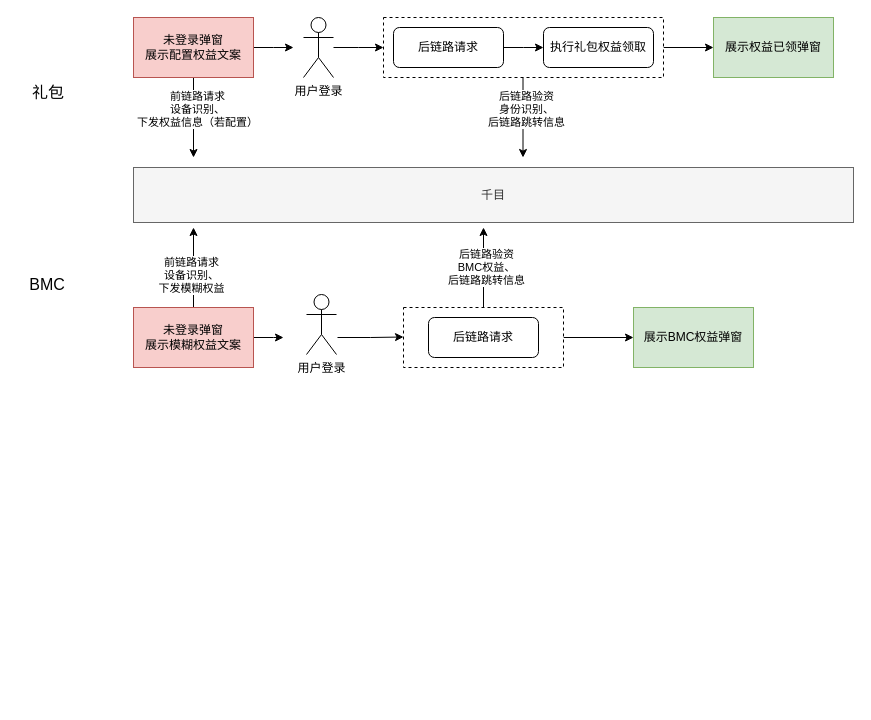
Earlier version of the draw.io diagram 诺曼底接入BMC权益.drawio (BlankKelly/diagrams). Source tidied: cells renumbered, new cells numbered last; positions are measured from the earlier drawing's top-left corner, leaving out a move shared by most shapes. Both pictures are drawn from the tidied source at 100%, with x=0, y=0 at pixel (17, 17).
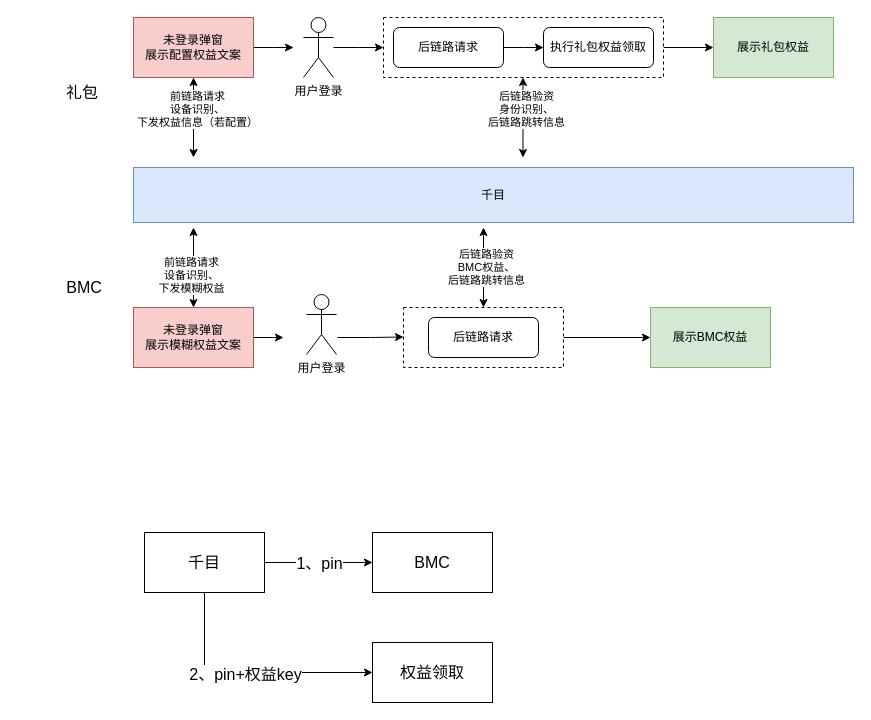
Above is the later version.

Commit message:
更新诺曼底接入BMC权益.drawio

Unchanged cells that the change refers to:
```xml
<mxCell id="7" value="未登录弹窗&lt;br&gt;展示配置权益文案" style="rounded=0;whiteSpace=wrap;html=1;fillColor=#f8cecc;strokeColor=#b85450;" parent="1" vertex="1">
  <mxGeometry x="116" width="120" height="60" as="geometry" />
</mxCell>
<mxCell id="20" value="未登录弹窗&lt;br&gt;展示模糊权益文案" style="rounded=0;whiteSpace=wrap;html=1;fillColor=#f8cecc;strokeColor=#b85450;" parent="1" vertex="1">
  <mxGeometry x="116" y="290" width="120" height="60" as="geometry" />
</mxCell>
<mxCell id="27" style="rounded=0;whiteSpace=wrap;html=1;dashed=1;" parent="1" vertex="1">
  <mxGeometry x="386" y="290" width="160" height="60" as="geometry" />
</mxCell>
```

What changed in the source:
```diff
@@
-    <mxCell id="4" style="edgeStyle=orthogonalEdgeStyle;rounded=0;jettySize=auto;html=1;" parent="1" edge="1" source="7">
+    <mxCell id="4" style="edgeStyle=orthogonalEdgeStyle;rounded=0;jettySize=auto;html=1;startArrow=classic;startFill=1;" parent="1" edge="1" source="7">
       <mxGeometry relative="1" as="geometry">
         <mxPoint x="176" y="140" as="targetPoint" />
       </mxGeometry>
     </mxCell>
@@
-    <mxCell id="8" value="千目" style="rounded=0;whiteSpace=wrap;html=1;fillColor=#f5f5f5;fontColor=#333333;strokeColor=#666666;" parent="1" vertex="1">
+    <mxCell id="8" value="千目" style="rounded=0;whiteSpace=wrap;html=1;fillColor=#dae8fc;strokeColor=#6c8ebf;" parent="1" vertex="1">
       <mxGeometry x="116" y="150" width="720" height="55" as="geometry" />
     </mxCell>
@@
-    <mxCell id="12" value="展示权益已领弹窗" style="rounded=0;whiteSpace=wrap;html=1;fillColor=#d5e8d4;strokeColor=#82b366;" parent="1" vertex="1">
+    <mxCell id="12" value="展示礼包权益" style="rounded=0;whiteSpace=wrap;html=1;fillColor=#d5e8d4;strokeColor=#82b366;" parent="1" vertex="1">
       <mxGeometry x="696" width="120" height="60" as="geometry" />
     </mxCell>
@@
-    <mxCell id="15" style="edgeStyle=orthogonalEdgeStyle;rounded=0;orthogonalLoop=1;jettySize=auto;html=1;" parent="1" edge="1">
+    <mxCell id="15" style="edgeStyle=orthogonalEdgeStyle;rounded=0;orthogonalLoop=1;jettySize=auto;html=1;startArrow=classic;startFill=1;" parent="1" edge="1">
       <mxGeometry relative="1" as="geometry">
         <mxPoint x="505.5" y="60" as="sourcePoint" />
         <mxPoint x="505.5" y="140" as="targetPoint" />
       </mxGeometry>
     </mxCell>
@@
-    <mxCell id="17" style="edgeStyle=orthogonalEdgeStyle;rounded=0;jettySize=auto;html=1;" parent="1" edge="1" source="20">
+    <mxCell id="17" style="edgeStyle=orthogonalEdgeStyle;rounded=0;jettySize=auto;html=1;startArrow=classic;startFill=1;" parent="1" edge="1" source="20">
       <mxGeometry relative="1" as="geometry">
         <mxPoint x="176" y="210" as="targetPoint" />
       </mxGeometry>
     </mxCell>
@@
-    <mxCell id="23" value="展示BMC权益弹窗" style="rounded=0;whiteSpace=wrap;html=1;fillColor=#d5e8d4;strokeColor=#82b366;" parent="1" vertex="1">
-      <mxGeometry x="616" y="290" width="120" height="60" as="geometry" />
+    <mxCell id="23" value="展示BMC权益" style="rounded=0;whiteSpace=wrap;html=1;fillColor=#d5e8d4;strokeColor=#82b366;" parent="1" vertex="1">
+      <mxGeometry x="633" y="290" width="120" height="60" as="geometry" />
     </mxCell>
-    <mxCell id="24" style="edgeStyle=orthogonalEdgeStyle;rounded=0;jettySize=auto;html=1;exitX=0.5;exitY=0;exitDx=0;exitDy=0;" parent="1" edge="1" source="27">
+    <mxCell id="24" style="edgeStyle=orthogonalEdgeStyle;rounded=0;jettySize=auto;html=1;exitX=0.5;exitY=0;exitDx=0;exitDy=0;startArrow=classic;startFill=1;" parent="1" edge="1" source="27">
       <mxGeometry relative="1" as="geometry">
         <mxPoint x="466" y="210" as="targetPoint" />
       </mxGeometry>
     </mxCell>
@@
     <mxCell id="29" value="礼包" style="text;html=1;strokeColor=none;fillColor=none;align=center;verticalAlign=middle;whiteSpace=wrap;rounded=0;fontSize=16;" parent="1" vertex="1">
-      <mxGeometry x="1" y="60" width="60" height="30" as="geometry" />
+      <mxGeometry x="35" y="60" width="60" height="30" as="geometry" />
     </mxCell>
     <mxCell id="30" value="BMC" style="text;html=1;strokeColor=none;fillColor=none;align=center;verticalAlign=middle;whiteSpace=wrap;rounded=0;fontSize=16;" parent="1" vertex="1">
-      <mxGeometry y="252" width="60" height="30" as="geometry" />
+      <mxGeometry x="37" y="255" width="60" height="30" as="geometry" />
     </mxCell>
+    <mxCell id="31" style="edgeStyle=orthogonalEdgeStyle;rounded=0;jettySize=auto;html=1;fontSize=16;startArrow=none;startFill=0;" parent="1" edge="1" source="35" target="36">
+      <mxGeometry relative="1" as="geometry" />
+    </mxCell>
+    <mxCell id="32" value="1、pin" style="edgeLabel;html=1;align=center;verticalAlign=middle;fontSize=16;" parent="31" vertex="1">
+      <mxGeometry x="0.15" y="-4" relative="1" as="geometry">
+        <mxPoint x="-8" y="-4" as="offset" />
+      </mxGeometry>
+    </mxCell>
+    <mxCell id="33" style="edgeStyle=orthogonalEdgeStyle;rounded=0;jettySize=auto;html=1;entryX=0;entryY=0.5;entryDx=0;entryDy=0;fontSize=16;startArrow=none;startFill=0;exitX=0.5;exitY=1;exitDx=0;exitDy=0;" parent="1" edge="1" source="35" target="37">
+      <mxGeometry relative="1" as="geometry" />
+    </mxCell>
+    <mxCell id="34" value="2、pin+权益key" style="edgeLabel;html=1;align=center;verticalAlign=middle;fontSize=16;" parent="33" vertex="1">
+      <mxGeometry x="-0.03" y="-1" relative="1" as="geometry" />
+    </mxCell>
+    <mxCell id="35" value="千目" style="rounded=0;whiteSpace=wrap;html=1;fontSize=16;" parent="1" vertex="1">
+      <mxGeometry x="127" y="515" width="120" height="60" as="geometry" />
+    </mxCell>
+    <mxCell id="36" value="BMC" style="rounded=0;whiteSpace=wrap;html=1;fontSize=16;" parent="1" vertex="1">
+      <mxGeometry x="355" y="515" width="120" height="60" as="geometry" />
+    </mxCell>
+    <mxCell id="37" value="权益领取" style="rounded=0;whiteSpace=wrap;html=1;fontSize=16;" parent="1" vertex="1">
+      <mxGeometry x="355" y="625" width="120" height="60" as="geometry" />
+    </mxCell>
```
